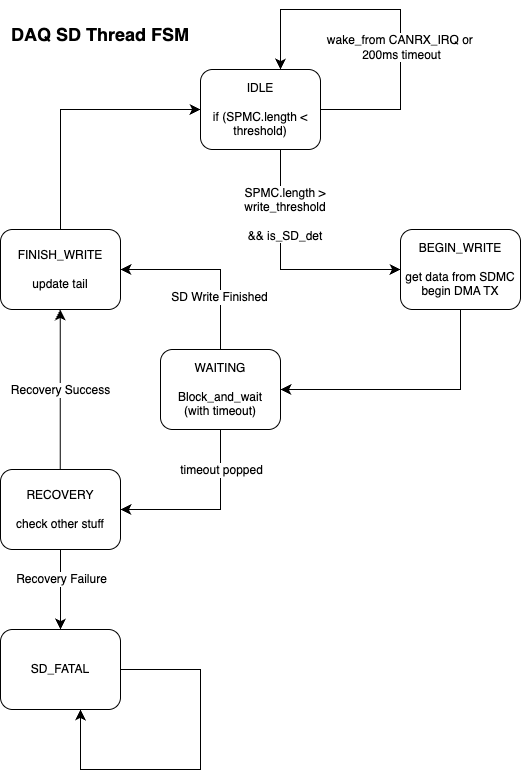
Above: source/daq/spmc/SD_thread_FSM.drawio.png in PurdueElectricRacing/firmware (draw.io), before the change. Source tidied: cells renumbered, new cells last; positions are measured from the earlier drawing's top-left corner, leaving out a move shared by most shapes. Its diagram source:
```xml
<mxGraphModel background="#FFFFFF">
  <root>
    <mxCell id="0" />
    <mxCell id="1" parent="0" />
    <mxCell id="2" style="edgeStyle=none;shape=connector;curved=0;rounded=0;orthogonalLoop=1;jettySize=auto;html=1;entryX=0;entryY=0.5;entryDx=0;entryDy=0;strokeColor=default;align=center;verticalAlign=middle;fontFamily=Helvetica;fontSize=12;fontColor=default;labelBackgroundColor=default;startSize=8;endArrow=classic;endSize=8;" parent="1" edge="1">
      <mxGeometry relative="1" as="geometry">
        <mxPoint x="280" y="140" as="sourcePoint" />
        <mxPoint x="400" y="260" as="targetPoint" />
        <Array as="points">
          <mxPoint x="280" y="260" />
        </Array>
      </mxGeometry>
    </mxCell>
    <mxCell id="3" value="IDLE&lt;div&gt;&lt;br&gt;&lt;/div&gt;&lt;div&gt;if (SPMC.length &amp;lt; threshold)&lt;/div&gt;" style="rounded=1;whiteSpace=wrap;html=1;" parent="1" vertex="1">
      <mxGeometry x="200" y="60" width="120" height="80" as="geometry" />
    </mxCell>
    <mxCell id="4" style="edgeStyle=none;shape=connector;curved=0;rounded=0;jettySize=auto;html=1;entryX=1;entryY=0.5;entryDx=0;entryDy=0;strokeColor=default;align=center;verticalAlign=middle;fontFamily=Helvetica;fontSize=12;fontColor=default;labelBackgroundColor=default;startSize=8;endArrow=classic;endSize=8;" parent="1" edge="1" source="5" target="8">
      <mxGeometry relative="1" as="geometry">
        <Array as="points">
          <mxPoint x="460" y="380" />
        </Array>
      </mxGeometry>
    </mxCell>
    <mxCell id="5" value="BEGIN_WRITE&lt;div&gt;&lt;br&gt;&lt;/div&gt;&lt;div&gt;get data from SDMC&lt;br&gt;begin DMA TX&lt;/div&gt;" style="rounded=1;whiteSpace=wrap;html=1;" parent="1" vertex="1">
      <mxGeometry x="400" y="220" width="120" height="80" as="geometry" />
    </mxCell>
    <mxCell id="6" style="edgeStyle=none;shape=connector;curved=0;rounded=0;jettySize=auto;html=1;strokeColor=default;align=center;verticalAlign=middle;fontFamily=Helvetica;fontSize=12;fontColor=default;labelBackgroundColor=default;startSize=8;endArrow=classic;endSize=8;entryX=1;entryY=0.5;entryDx=0;entryDy=0;exitX=0.5;exitY=0;exitDx=0;exitDy=0;" parent="1" edge="1" source="8" target="10">
      <mxGeometry relative="1" as="geometry">
        <Array as="points">
          <mxPoint x="220" y="260" />
        </Array>
      </mxGeometry>
    </mxCell>
    <mxCell id="7" value="SD Write Finished" style="edgeLabel;html=1;align=center;verticalAlign=middle;fontSize=12;" parent="6" vertex="1">
      <mxGeometry x="-0.41" y="2" relative="1" as="geometry" />
    </mxCell>
    <mxCell id="8" value="WAITING&lt;div&gt;&lt;br&gt;&lt;/div&gt;&lt;div&gt;Block_and_wait&lt;/div&gt;&lt;div&gt;(with timeout)&lt;/div&gt;" style="rounded=1;whiteSpace=wrap;html=1;" parent="1" vertex="1">
      <mxGeometry x="160" y="340" width="120" height="80" as="geometry" />
    </mxCell>
    <mxCell id="9" style="edgeStyle=none;shape=connector;curved=0;rounded=0;jettySize=auto;html=1;entryX=0;entryY=0.5;entryDx=0;entryDy=0;strokeColor=default;align=center;verticalAlign=middle;fontFamily=Helvetica;fontSize=12;fontColor=default;labelBackgroundColor=default;startSize=8;endArrow=classic;endSize=8;" parent="1" edge="1" source="10" target="3">
      <mxGeometry relative="1" as="geometry">
        <Array as="points">
          <mxPoint x="60" y="100" />
        </Array>
      </mxGeometry>
    </mxCell>
    <mxCell id="10" value="FINISH_WRITE&lt;div&gt;&lt;br&gt;&lt;/div&gt;&lt;div&gt;update tail&lt;/div&gt;" style="rounded=1;whiteSpace=wrap;html=1;" parent="1" vertex="1">
      <mxGeometry y="220" width="120" height="80" as="geometry" />
    </mxCell>
    <mxCell id="11" value="&lt;h2&gt;DAQ SD Thread FSM&lt;/h2&gt;" style="text;html=1;whiteSpace=wrap;strokeColor=none;fillColor=none;align=center;verticalAlign=middle;rounded=0;fontFamily=Helvetica;fontSize=12;fontColor=default;labelBackgroundColor=default;" parent="1" vertex="1">
      <mxGeometry y="10" width="200" height="30" as="geometry" />
    </mxCell>
    <mxCell id="12" value="SPMC.length &amp;gt; write_threshold&lt;br&gt;&lt;br&gt;&amp;amp;&amp;amp; is_SD_det" style="text;html=1;whiteSpace=wrap;strokeColor=none;fillColor=none;align=center;verticalAlign=middle;rounded=0;fontFamily=Helvetica;fontSize=12;fontColor=default;labelBackgroundColor=default;" parent="1" vertex="1">
      <mxGeometry x="230" y="170" width="110" height="70" as="geometry" />
    </mxCell>
    <mxCell id="13" style="endArrow=classic;html=1;rounded=0;fontSize=12;startSize=8;endSize=8;curved=0;exitX=1;exitY=0.5;exitDx=0;exitDy=0;" parent="1" edge="1" source="3">
      <mxGeometry relative="1" as="geometry">
        <mxPoint x="280" y="60" as="targetPoint" />
        <Array as="points">
          <mxPoint x="400" y="100" />
          <mxPoint x="400" />
          <mxPoint x="280" />
        </Array>
      </mxGeometry>
    </mxCell>
    <mxCell id="14" value="wake_from CANRX_IRQ or&amp;nbsp;&lt;div&gt;200ms timeout&lt;/div&gt;" style="edgeLabel;html=1;align=center;verticalAlign=middle;fontSize=12;" parent="13" vertex="1">
      <mxGeometry x="-0.23" y="-1" relative="1" as="geometry">
        <mxPoint x="-1" y="-5" as="offset" />
      </mxGeometry>
    </mxCell>
    <mxCell id="15" style="edgeStyle=none;curved=1;rounded=0;orthogonalLoop=1;jettySize=auto;html=1;fontSize=12;startSize=8;endSize=8;" parent="1" edge="1">
      <mxGeometry relative="1" as="geometry">
        <mxPoint x="59.7" y="500" as="sourcePoint" />
        <mxPoint x="59.7" y="300" as="targetPoint" />
      </mxGeometry>
    </mxCell>
    <mxCell id="16" value="Recovery Success" style="edgeLabel;html=1;align=center;verticalAlign=middle;fontSize=12;" parent="15" vertex="1">
      <mxGeometry x="-0.09" relative="1" as="geometry">
        <mxPoint y="-28" as="offset" />
      </mxGeometry>
    </mxCell>
    <mxCell id="17" style="edgeStyle=none;curved=1;rounded=0;jettySize=auto;html=1;fontSize=12;startSize=8;endSize=8;" parent="1" edge="1" source="19" target="22">
      <mxGeometry relative="1" as="geometry" />
    </mxCell>
    <mxCell id="18" value="Recovery Failure" style="edgeLabel;html=1;align=center;verticalAlign=middle;fontSize=12;" parent="17" vertex="1">
      <mxGeometry x="-0.19" y="2" relative="1" as="geometry">
        <mxPoint x="-2" y="-3" as="offset" />
      </mxGeometry>
    </mxCell>
    <mxCell id="19" value="RECOVERY&lt;br&gt;&lt;br&gt;check other stuff" style="rounded=1;whiteSpace=wrap;html=1;" parent="1" vertex="1">
      <mxGeometry y="460" width="120" height="80" as="geometry" />
    </mxCell>
    <mxCell id="20" style="edgeStyle=none;shape=connector;curved=0;rounded=0;jettySize=auto;html=1;entryX=1;entryY=0.5;entryDx=0;entryDy=0;strokeColor=default;align=center;verticalAlign=middle;fontFamily=Helvetica;fontSize=12;fontColor=default;labelBackgroundColor=default;startSize=8;endArrow=classic;endSize=8;exitX=0.5;exitY=1;exitDx=0;exitDy=0;" parent="1" edge="1" source="8" target="19">
      <mxGeometry relative="1" as="geometry">
        <Array as="points">
          <mxPoint x="220" y="500" />
        </Array>
      </mxGeometry>
    </mxCell>
    <mxCell id="21" value="timeout popped" style="edgeLabel;html=1;align=center;verticalAlign=middle;fontSize=12;" parent="20" vertex="1">
      <mxGeometry x="-0.35" y="-2" relative="1" as="geometry">
        <mxPoint x="2" y="-18" as="offset" />
      </mxGeometry>
    </mxCell>
    <mxCell id="22" value="SD_FATAL" style="rounded=1;whiteSpace=wrap;html=1;" parent="1" vertex="1">
      <mxGeometry y="620" width="120" height="80" as="geometry" />
    </mxCell>
    <mxCell id="23" style="endArrow=classic;html=1;rounded=0;fontSize=12;startSize=8;endSize=8;curved=0;exitX=1;exitY=0.5;exitDx=0;exitDy=0;" parent="1" edge="1">
      <mxGeometry relative="1" as="geometry">
        <mxPoint x="120" y="660" as="sourcePoint" />
        <mxPoint x="80" y="700" as="targetPoint" />
        <Array as="points">
          <mxPoint x="200" y="660" />
          <mxPoint x="200" y="760" />
          <mxPoint x="80" y="760" />
        </Array>
      </mxGeometry>
    </mxCell>
  </root>
</mxGraphModel>
```
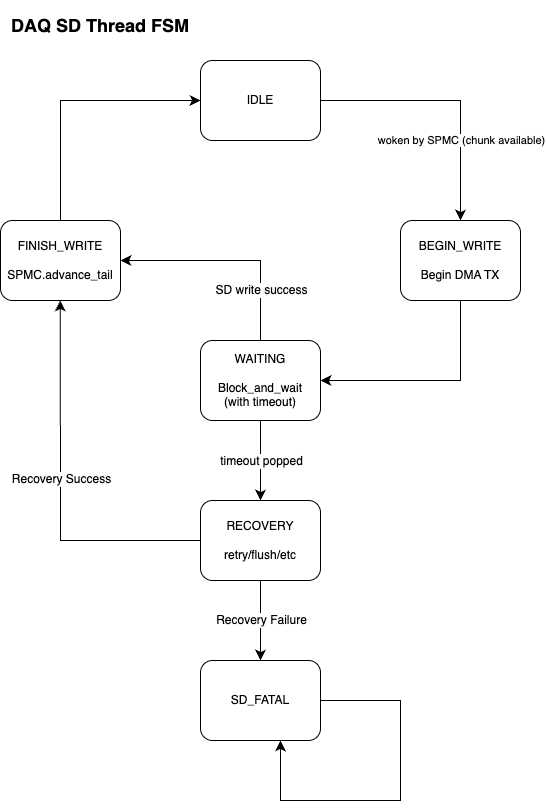
Later version of the same file.

Commit message:
DAQ26 SPMC DMA + ETH optimzation (#339)

The edit, as a diff of the source:
```diff
@@ -2,40 +2,46 @@
   <root>
     <mxCell id="0" />
     <mxCell id="1" parent="0" />
-    <mxCell id="2" style="edgeStyle=none;shape=connector;curved=0;rounded=0;orthogonalLoop=1;jettySize=auto;html=1;entryX=0;entryY=0.5;entryDx=0;entryDy=0;strokeColor=default;align=center;verticalAlign=middle;fontFamily=Helvetica;fontSize=12;fontColor=default;labelBackgroundColor=default;startSize=8;endArrow=classic;endSize=8;" parent="1" edge="1">
+    <mxCell id="2" style="edgeStyle=none;shape=connector;curved=0;rounded=0;jettySize=auto;html=1;entryX=0.5;entryY=0;entryDx=0;entryDy=0;strokeColor=default;align=center;verticalAlign=middle;fontFamily=Helvetica;fontSize=12;fontColor=default;labelBackgroundColor=default;startSize=8;endArrow=classic;endSize=8;exitX=1;exitY=0.5;exitDx=0;exitDy=0;" parent="1" edge="1" source="3" target="5">
       <mxGeometry relative="1" as="geometry">
-        <mxPoint x="280" y="140" as="sourcePoint" />
-        <mxPoint x="400" y="260" as="targetPoint" />
         <Array as="points">
-          <mxPoint x="280" y="260" />
+          <mxPoint x="460" y="100" />
         </Array>
       </mxGeometry>
     </mxCell>
+    <mxCell id="24" value="woken by SPMC (chunk available)" style="edgeLabel;html=1;align=center;verticalAlign=middle;" parent="2" vertex="1">
+      <mxGeometry x="0.53" relative="1" as="geometry">
+        <mxPoint y="-19" as="offset" />
+      </mxGeometry>
+    </mxCell>
-    <mxCell id="3" value="IDLE&lt;div&gt;&lt;br&gt;&lt;/div&gt;&lt;div&gt;if (SPMC.length &amp;lt; threshold)&lt;/div&gt;" style="rounded=1;whiteSpace=wrap;html=1;" parent="1" vertex="1">
+    <mxCell id="3" value="IDLE" style="rounded=1;whiteSpace=wrap;html=1;" parent="1" vertex="1">
       <mxGeometry x="200" y="60" width="120" height="80" as="geometry" />
     </mxCell>
-    <mxCell id="4" style="edgeStyle=none;shape=connector;curved=0;rounded=0;jettySize=auto;html=1;entryX=1;entryY=0.5;entryDx=0;entryDy=0;strokeColor=default;align=center;verticalAlign=middle;fontFamily=Helvetica;fontSize=12;fontColor=default;labelBackgroundColor=default;startSize=8;endArrow=classic;endSize=8;" parent="1" edge="1" source="5" target="8">
+    <mxCell id="4" style="edgeStyle=none;shape=connector;curved=0;rounded=0;jettySize=auto;html=1;strokeColor=default;align=center;verticalAlign=middle;fontFamily=Helvetica;fontSize=12;fontColor=default;labelBackgroundColor=default;startSize=8;endArrow=classic;endSize=8;" parent="1" edge="1" source="5">
       <mxGeometry relative="1" as="geometry">
+        <mxPoint x="320" y="380" as="targetPoint" />
         <Array as="points">
           <mxPoint x="460" y="380" />
         </Array>
       </mxGeometry>
     </mxCell>
-    <mxCell id="5" value="BEGIN_WRITE&lt;div&gt;&lt;br&gt;&lt;/div&gt;&lt;div&gt;get data from SDMC&lt;br&gt;begin DMA TX&lt;/div&gt;" style="rounded=1;whiteSpace=wrap;html=1;" parent="1" vertex="1">
+    <mxCell id="5" value="BEGIN_WRITE&lt;div&gt;&lt;br&gt;&lt;/div&gt;&lt;div&gt;Begin DMA TX&lt;/div&gt;" style="rounded=1;whiteSpace=wrap;html=1;" parent="1" vertex="1">
       <mxGeometry x="400" y="220" width="120" height="80" as="geometry" />
     </mxCell>
     <mxCell id="6" style="edgeStyle=none;shape=connector;curved=0;rounded=0;jettySize=auto;html=1;strokeColor=default;align=center;verticalAlign=middle;fontFamily=Helvetica;fontSize=12;fontColor=default;labelBackgroundColor=default;startSize=8;endArrow=classic;endSize=8;entryX=1;entryY=0.5;entryDx=0;entryDy=0;exitX=0.5;exitY=0;exitDx=0;exitDy=0;" parent="1" edge="1" source="8" target="10">
       <mxGeometry relative="1" as="geometry">
         <Array as="points">
-          <mxPoint x="220" y="260" />
+          <mxPoint x="260" y="260" />
         </Array>
       </mxGeometry>
     </mxCell>
-    <mxCell id="7" value="SD Write Finished" style="edgeLabel;html=1;align=center;verticalAlign=middle;fontSize=12;" parent="6" vertex="1">
-      <mxGeometry x="-0.41" y="2" relative="1" as="geometry" />
+    <mxCell id="7" value="SD write success" style="edgeLabel;html=1;align=center;verticalAlign=middle;fontSize=12;" parent="6" vertex="1">
+      <mxGeometry x="-0.41" y="2" relative="1" as="geometry">
+        <mxPoint x="2" y="13" as="offset" />
+      </mxGeometry>
     </mxCell>
     <mxCell id="8" value="WAITING&lt;div&gt;&lt;br&gt;&lt;/div&gt;&lt;div&gt;Block_and_wait&lt;/div&gt;&lt;div&gt;(with timeout)&lt;/div&gt;" style="rounded=1;whiteSpace=wrap;html=1;" parent="1" vertex="1">
-      <mxGeometry x="160" y="340" width="120" height="80" as="geometry" />
+      <mxGeometry x="200" y="340" width="120" height="80" as="geometry" />
     </mxCell>
     <mxCell id="9" style="edgeStyle=none;shape=connector;curved=0;rounded=0;jettySize=auto;html=1;entryX=0;entryY=0.5;entryDx=0;entryDy=0;strokeColor=default;align=center;verticalAlign=middle;fontFamily=Helvetica;fontSize=12;fontColor=default;labelBackgroundColor=default;startSize=8;endArrow=classic;endSize=8;" parent="1" edge="1" source="10" target="3">
       <mxGeometry relative="1" as="geometry">
@@ -44,34 +50,18 @@
         </Array>
       </mxGeometry>
     </mxCell>
-    <mxCell id="10" value="FINISH_WRITE&lt;div&gt;&lt;br&gt;&lt;/div&gt;&lt;div&gt;update tail&lt;/div&gt;" style="rounded=1;whiteSpace=wrap;html=1;" parent="1" vertex="1">
+    <mxCell id="10" value="FINISH_WRITE&lt;div&gt;&lt;br&gt;&lt;/div&gt;&lt;div&gt;SPMC.advance_tail&lt;/div&gt;" style="rounded=1;whiteSpace=wrap;html=1;" parent="1" vertex="1">
       <mxGeometry y="220" width="120" height="80" as="geometry" />
     </mxCell>
     <mxCell id="11" value="&lt;h2&gt;DAQ SD Thread FSM&lt;/h2&gt;" style="text;html=1;whiteSpace=wrap;strokeColor=none;fillColor=none;align=center;verticalAlign=middle;rounded=0;fontFamily=Helvetica;fontSize=12;fontColor=default;labelBackgroundColor=default;" parent="1" vertex="1">
       <mxGeometry y="10" width="200" height="30" as="geometry" />
     </mxCell>
-    <mxCell id="12" value="SPMC.length &amp;gt; write_threshold&lt;br&gt;&lt;br&gt;&amp;amp;&amp;amp; is_SD_det" style="text;html=1;whiteSpace=wrap;strokeColor=none;fillColor=none;align=center;verticalAlign=middle;rounded=0;fontFamily=Helvetica;fontSize=12;fontColor=default;labelBackgroundColor=default;" parent="1" vertex="1">
-      <mxGeometry x="230" y="170" width="110" height="70" as="geometry" />
-    </mxCell>
-    <mxCell id="13" style="endArrow=classic;html=1;rounded=0;fontSize=12;startSize=8;endSize=8;curved=0;exitX=1;exitY=0.5;exitDx=0;exitDy=0;" parent="1" edge="1" source="3">
-      <mxGeometry relative="1" as="geometry">
-        <mxPoint x="280" y="60" as="targetPoint" />
-        <Array as="points">
-          <mxPoint x="400" y="100" />
-          <mxPoint x="400" />
-          <mxPoint x="280" />
-        </Array>
-      </mxGeometry>
-    </mxCell>
-    <mxCell id="14" value="wake_from CANRX_IRQ or&amp;nbsp;&lt;div&gt;200ms timeout&lt;/div&gt;" style="edgeLabel;html=1;align=center;verticalAlign=middle;fontSize=12;" parent="13" vertex="1">
-      <mxGeometry x="-0.23" y="-1" relative="1" as="geometry">
-        <mxPoint x="-1" y="-5" as="offset" />
-      </mxGeometry>
-    </mxCell>
-    <mxCell id="15" style="edgeStyle=none;curved=1;rounded=0;orthogonalLoop=1;jettySize=auto;html=1;fontSize=12;startSize=8;endSize=8;" parent="1" edge="1">
+    <mxCell id="15" style="edgeStyle=none;curved=0;rounded=0;jettySize=auto;html=1;fontSize=12;startSize=8;endSize=8;exitX=0;exitY=0.5;exitDx=0;exitDy=0;" parent="1" edge="1" source="19">
       <mxGeometry relative="1" as="geometry">
-        <mxPoint x="59.7" y="500" as="sourcePoint" />
         <mxPoint x="59.7" y="300" as="targetPoint" />
+        <Array as="points">
+          <mxPoint x="60" y="540" />
+        </Array>
       </mxGeometry>
     </mxCell>
     <mxCell id="16" value="Recovery Success" style="edgeLabel;html=1;align=center;verticalAlign=middle;fontSize=12;" parent="15" vertex="1">
@@ -84,35 +74,35 @@
     </mxCell>
     <mxCell id="18" value="Recovery Failure" style="edgeLabel;html=1;align=center;verticalAlign=middle;fontSize=12;" parent="17" vertex="1">
       <mxGeometry x="-0.19" y="2" relative="1" as="geometry">
-        <mxPoint x="-2" y="-3" as="offset" />
+        <mxPoint x="-2" y="7" as="offset" />
       </mxGeometry>
     </mxCell>
-    <mxCell id="19" value="RECOVERY&lt;br&gt;&lt;br&gt;check other stuff" style="rounded=1;whiteSpace=wrap;html=1;" parent="1" vertex="1">
-      <mxGeometry y="460" width="120" height="80" as="geometry" />
+    <mxCell id="19" value="RECOVERY&lt;br&gt;&lt;br&gt;retry/flush/etc" style="rounded=1;whiteSpace=wrap;html=1;" parent="1" vertex="1">
+      <mxGeometry x="200" y="500" width="120" height="80" as="geometry" />
     </mxCell>
-    <mxCell id="20" style="edgeStyle=none;shape=connector;curved=0;rounded=0;jettySize=auto;html=1;entryX=1;entryY=0.5;entryDx=0;entryDy=0;strokeColor=default;align=center;verticalAlign=middle;fontFamily=Helvetica;fontSize=12;fontColor=default;labelBackgroundColor=default;startSize=8;endArrow=classic;endSize=8;exitX=0.5;exitY=1;exitDx=0;exitDy=0;" parent="1" edge="1" source="8" target="19">
+    <mxCell id="20" style="edgeStyle=none;shape=connector;curved=0;rounded=0;jettySize=auto;html=1;entryX=0.5;entryY=0;entryDx=0;entryDy=0;strokeColor=default;align=center;verticalAlign=middle;fontFamily=Helvetica;fontSize=12;fontColor=default;labelBackgroundColor=default;startSize=8;endArrow=classic;endSize=8;exitX=0.5;exitY=1;exitDx=0;exitDy=0;" parent="1" edge="1" source="8" target="19">
       <mxGeometry relative="1" as="geometry">
         <Array as="points">
-          <mxPoint x="220" y="500" />
+          <mxPoint x="260" y="500" />
         </Array>
       </mxGeometry>
     </mxCell>
     <mxCell id="21" value="timeout popped" style="edgeLabel;html=1;align=center;verticalAlign=middle;fontSize=12;" parent="20" vertex="1">
       <mxGeometry x="-0.35" y="-2" relative="1" as="geometry">
-        <mxPoint x="2" y="-18" as="offset" />
+        <mxPoint x="2" y="14" as="offset" />
       </mxGeometry>
     </mxCell>
     <mxCell id="22" value="SD_FATAL" style="rounded=1;whiteSpace=wrap;html=1;" parent="1" vertex="1">
-      <mxGeometry y="620" width="120" height="80" as="geometry" />
+      <mxGeometry x="200" y="660" width="120" height="80" as="geometry" />
     </mxCell>
     <mxCell id="23" style="endArrow=classic;html=1;rounded=0;fontSize=12;startSize=8;endSize=8;curved=0;exitX=1;exitY=0.5;exitDx=0;exitDy=0;" parent="1" edge="1">
       <mxGeometry relative="1" as="geometry">
-        <mxPoint x="120" y="660" as="sourcePoint" />
-        <mxPoint x="80" y="700" as="targetPoint" />
+        <mxPoint x="320" y="700" as="sourcePoint" />
+        <mxPoint x="280" y="740" as="targetPoint" />
         <Array as="points">
-          <mxPoint x="200" y="660" />
-          <mxPoint x="200" y="760" />
-          <mxPoint x="80" y="760" />
+          <mxPoint x="400" y="700" />
+          <mxPoint x="400" y="800" />
+          <mxPoint x="280" y="800" />
         </Array>
       </mxGeometry>
     </mxCell>
```
